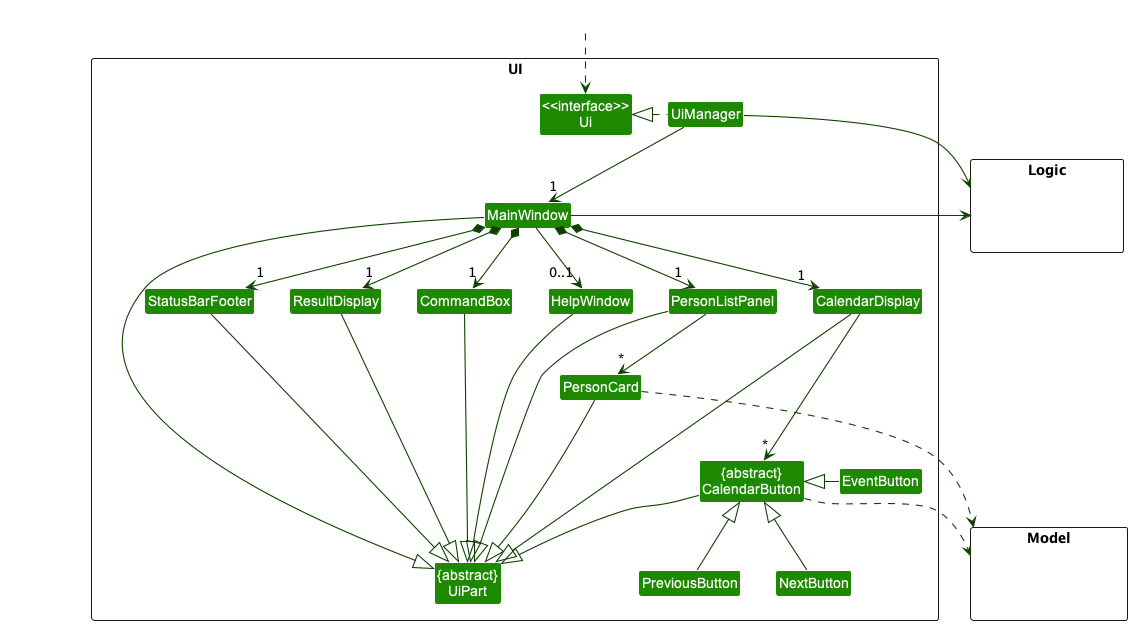
Before: docs/images/UiClassDiagram.png, a diagram exported from PlantUML (nus-cs2103-AY2223S1/tp). Its source is kept beside it as docs/diagrams/UiClassDiagram.puml.
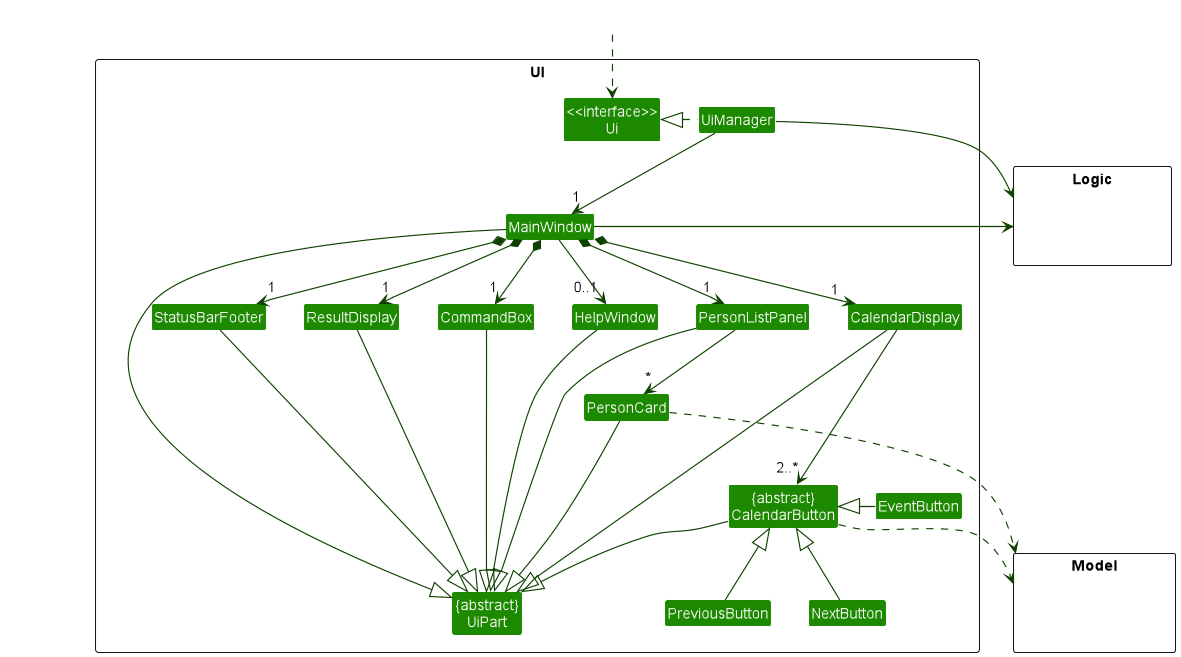
After the change.

Change to the diagram source:
```diff
@@ -43,7 +43,7 @@
 MainWindow *-down-> "1" CalendarDisplay
 
 PersonListPanel -down> "*" PersonCard
-CalendarDisplay -down--> "*" CalendarButton
+CalendarDisplay -down--> "2..*" CalendarButton
 
 MainWindow -left-|> UiPart
 
```
